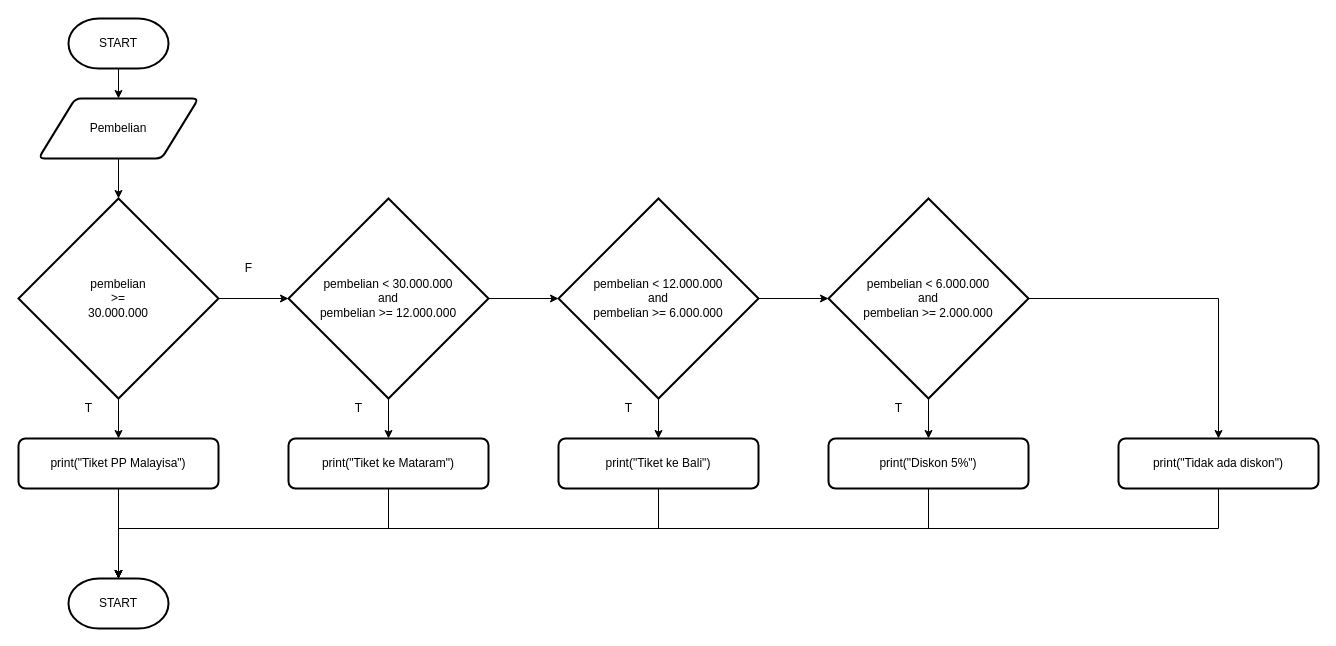
Before: page "Page-1" (1 of 4) of 1.drawio in riezq25/uts-alpro-std, a draw.io diagram. Source tidied: cells renumbered, new cells numbered last; positions are measured from the earlier drawing's top-left corner, leaving out a move shared by most shapes. Both pictures are drawn from the tidied source at 100%, with x=0, y=0 at pixel (18, 18).
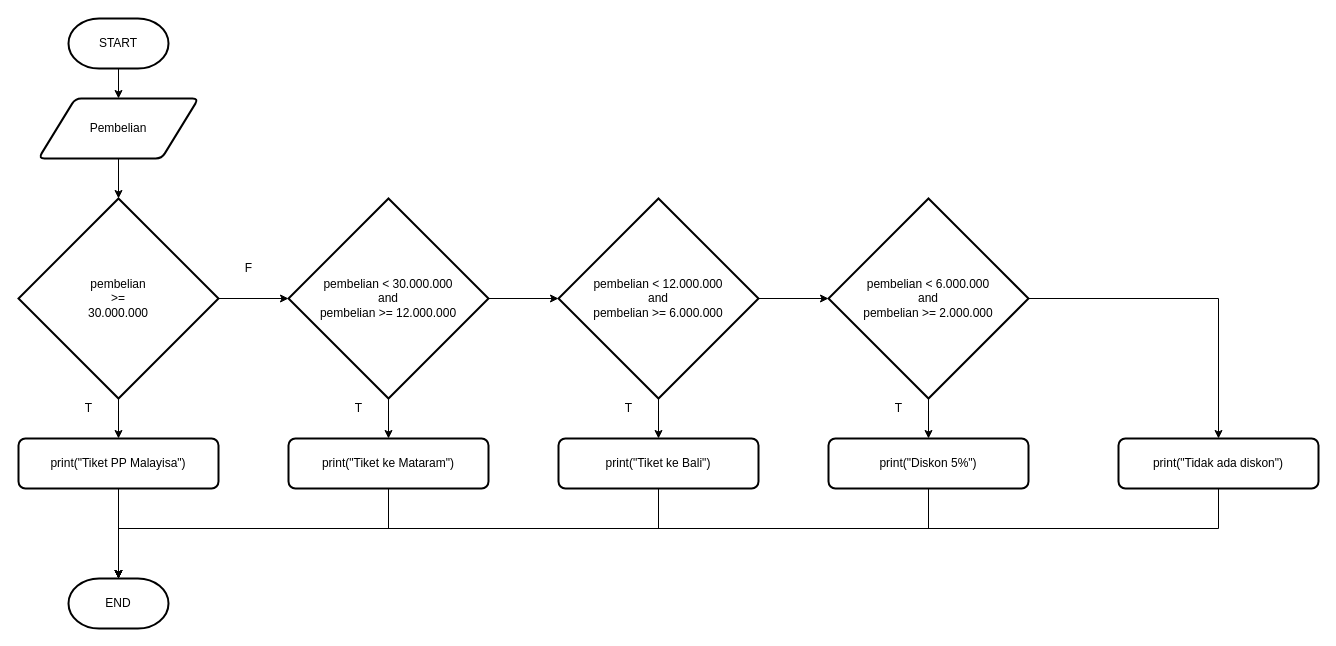
The same page after the edit.

The edit, as a diff of the source:
```diff
@@
-    <mxCell id="33" value="START" style="strokeWidth=2;html=1;shape=mxgraph.flowchart.terminator;whiteSpace=wrap;" parent="1" vertex="1">
+    <mxCell id="33" value="END" style="strokeWidth=2;html=1;shape=mxgraph.flowchart.terminator;whiteSpace=wrap;" parent="1" vertex="1">
       <mxGeometry x="50" y="560" width="100" height="50" as="geometry" />
     </mxCell>
```
